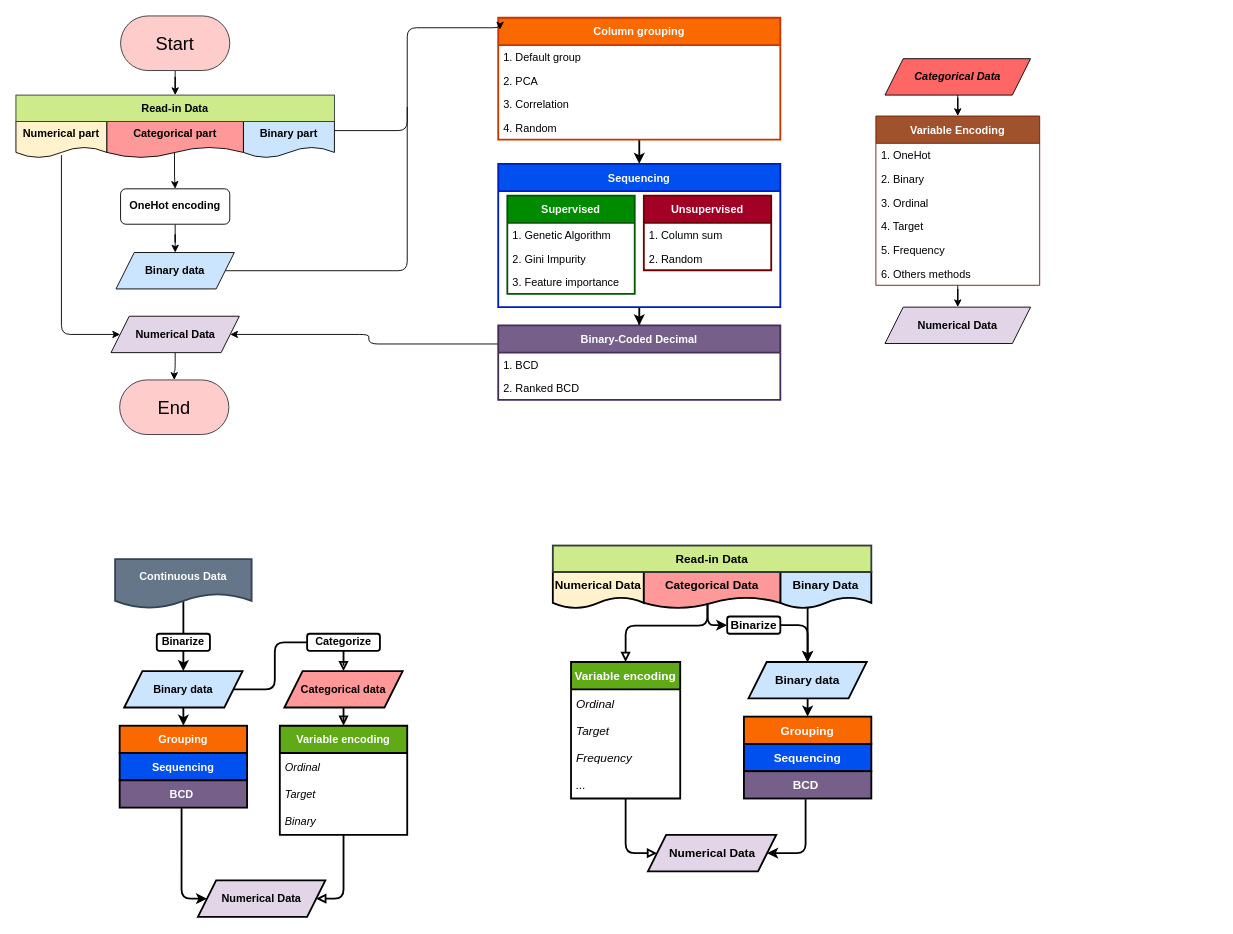
R64825/NTUIIE-Research keeps this draw.io diagram as draw io/binary data encoding.drawio. Above is the earlier version. Source tidied: cells renumbered, new cells numbered last; positions are measured from the earlier drawing's top-left corner, leaving out a move shared by most shapes. Both pictures are drawn from the tidied source at 91%, with x=0, y=0 at pixel (15, 15).
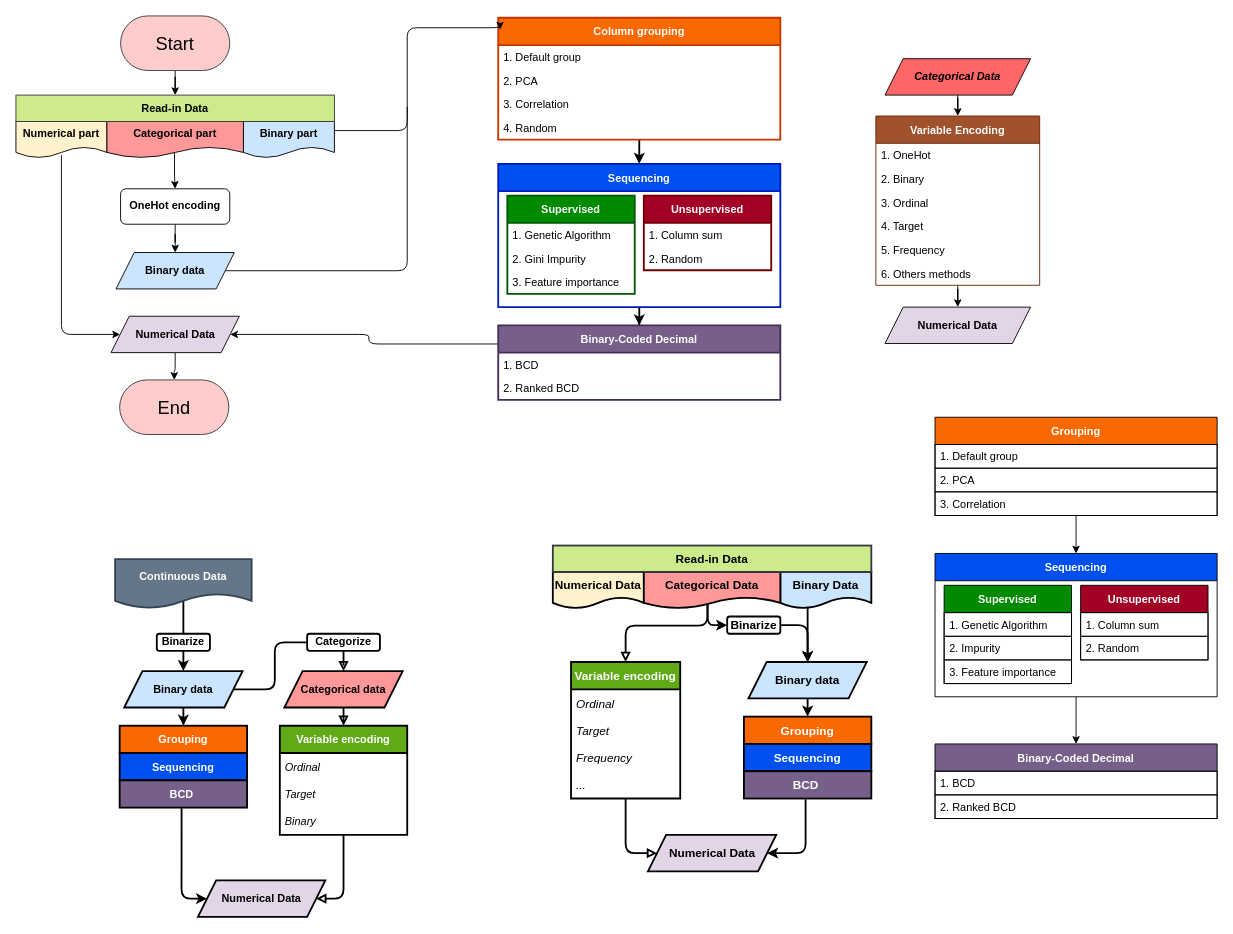
Above is the later version.

Change to the diagram source:
```diff
@@
+    <mxCell id="91" style="edgeStyle=orthogonalEdgeStyle;rounded=0;jettySize=auto;html=1;entryX=0.5;entryY=0;entryDx=0;entryDy=0;strokeWidth=1;strokeColor=#000000;" parent="1" edge="1" source="92" target="97">
+      <mxGeometry relative="1" as="geometry" />
+    </mxCell>
+    <mxCell id="92" value="Grouping" style="swimlane;fontStyle=1;horizontal=1;startSize=30;fillColor=#fa6800;strokeColor=#000000;fontColor=#FFFFFF;strokeWidth=1;" parent="1" vertex="1">
+      <mxGeometry x="1010" y="441" width="310" height="108" as="geometry" />
+    </mxCell>
+    <mxCell id="93" value="1. Default group" style="text;strokeColor=#000000;fillColor=none;align=left;verticalAlign=top;spacingLeft=4;spacingRight=4;overflow=hidden;strokeWidth=1;" parent="92" vertex="1">
+      <mxGeometry y="30" width="310" height="26" as="geometry" />
+    </mxCell>
+    <mxCell id="94" value="2. PCA" style="text;strokeColor=#000000;fillColor=none;align=left;verticalAlign=top;spacingLeft=4;spacingRight=4;overflow=hidden;strokeWidth=1;" parent="92" vertex="1">
+      <mxGeometry y="56" width="310" height="26" as="geometry" />
+    </mxCell>
+    <mxCell id="95" value="3. Correlation" style="text;strokeColor=#000000;fillColor=none;align=left;verticalAlign=top;spacingLeft=4;spacingRight=4;overflow=hidden;strokeWidth=1;" parent="92" vertex="1">
+      <mxGeometry y="82" width="310" height="26" as="geometry" />
+    </mxCell>
+    <mxCell id="96" style="edgeStyle=orthogonalEdgeStyle;rounded=0;jettySize=auto;html=1;strokeWidth=1;strokeColor=#000000;" parent="1" edge="1" source="97" target="105">
+      <mxGeometry relative="1" as="geometry" />
+    </mxCell>
+    <mxCell id="97" value="Sequencing" style="swimlane;startSize=30;fontStyle=1;fillColor=#0050ef;strokeColor=#000000;fontColor=#ffffff;strokeWidth=1;" parent="1" vertex="1">
+      <mxGeometry x="1010" y="590.7" width="310" height="157.5" as="geometry" />
+    </mxCell>
+    <mxCell id="98" value="Supervised" style="swimlane;fontStyle=1;horizontal=1;startSize=30;fillColor=#008a00;strokeColor=#000000;fontColor=#ffffff;strokeWidth=1;" parent="97" vertex="1">
+      <mxGeometry x="10" y="35" width="140" height="108" as="geometry" />
+    </mxCell>
+    <mxCell id="99" value="1. Genetic Algorithm" style="text;strokeColor=#000000;fillColor=none;align=left;verticalAlign=top;spacingLeft=4;spacingRight=4;overflow=hidden;strokeWidth=1;" parent="98" vertex="1">
+      <mxGeometry y="30" width="140" height="26" as="geometry" />
+    </mxCell>
+    <mxCell id="100" value="2. Impurity" style="text;strokeColor=#000000;fillColor=none;align=left;verticalAlign=top;spacingLeft=4;spacingRight=4;overflow=hidden;strokeWidth=1;" parent="98" vertex="1">
+      <mxGeometry y="56" width="140" height="26" as="geometry" />
+    </mxCell>
+    <mxCell id="101" value="3. Feature importance" style="text;strokeColor=#000000;fillColor=none;align=left;verticalAlign=top;spacingLeft=4;spacingRight=4;overflow=hidden;strokeWidth=1;" parent="98" vertex="1">
+      <mxGeometry y="82" width="140" height="26" as="geometry" />
+    </mxCell>
+    <mxCell id="102" value="Unsupervised" style="swimlane;fontStyle=1;horizontal=1;startSize=30;fillColor=#a20025;strokeColor=#000000;fontColor=#ffffff;strokeWidth=1;" parent="97" vertex="1">
+      <mxGeometry x="160" y="35" width="140" height="82" as="geometry" />
+    </mxCell>
+    <mxCell id="103" value="1. Column sum" style="text;strokeColor=#000000;fillColor=none;align=left;verticalAlign=top;spacingLeft=4;spacingRight=4;overflow=hidden;strokeWidth=1;" parent="102" vertex="1">
+      <mxGeometry y="30" width="140" height="26" as="geometry" />
+    </mxCell>
+    <mxCell id="104" value="2. Random" style="text;strokeColor=#000000;fillColor=none;align=left;verticalAlign=top;spacingLeft=4;spacingRight=4;overflow=hidden;strokeWidth=1;" parent="102" vertex="1">
+      <mxGeometry y="56" width="140" height="26" as="geometry" />
+    </mxCell>
+    <mxCell id="105" value="Binary-Coded Decimal" style="swimlane;fontStyle=1;horizontal=1;startSize=30;fillColor=#76608a;strokeColor=#000000;fontColor=#ffffff;strokeWidth=1;" parent="1" vertex="1">
+      <mxGeometry x="1010" y="800" width="310" height="82" as="geometry" />
+    </mxCell>
+    <mxCell id="106" value="1. BCD " style="text;strokeColor=#000000;fillColor=none;align=left;verticalAlign=top;spacingLeft=4;spacingRight=4;overflow=hidden;strokeWidth=1;" parent="105" vertex="1">
+      <mxGeometry y="30" width="310" height="26" as="geometry" />
+    </mxCell>
+    <mxCell id="107" value="2. Ranked BCD" style="text;strokeColor=#000000;fillColor=none;align=left;verticalAlign=top;spacingLeft=4;spacingRight=4;overflow=hidden;strokeWidth=1;" parent="105" vertex="1">
+      <mxGeometry y="56" width="310" height="26" as="geometry" />
+    </mxCell>
```
